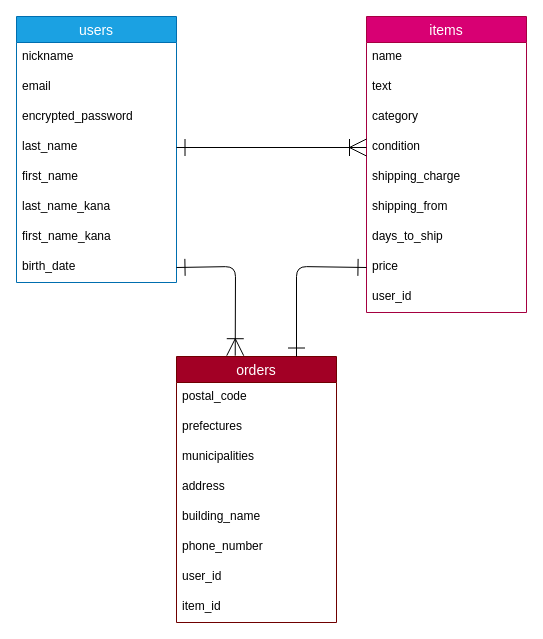
Before: furima.dio in foagura/furima-40405, a draw.io diagram. Source tidied: cells renumbered, new cells numbered last; positions are measured from the earlier drawing's top-left corner, leaving out a move shared by most shapes. Both pictures are drawn from the tidied source at 100%, with x=0, y=0 at pixel (16, 16).
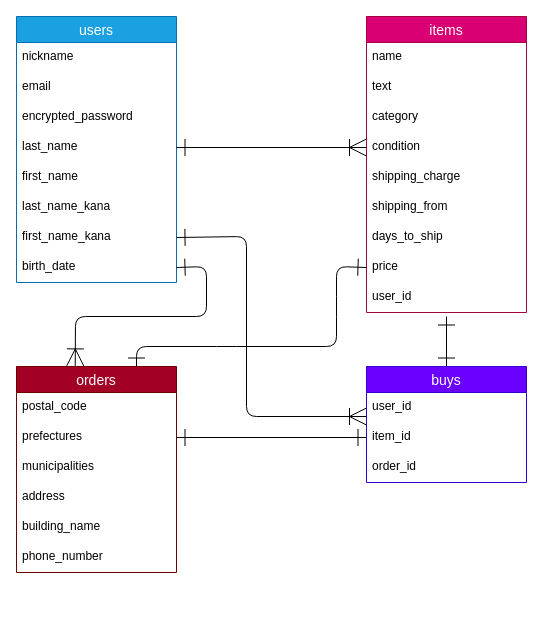
The same page after the edit.

Commit message (it also covers changes not shown here):
データベース設計の修正

The change refers to these unchanged cells:
```xml
<mxCell id="4" value="prefectures" style="text;strokeColor=none;fillColor=none;spacingLeft=4;spacingRight=4;overflow=hidden;points=[[0,0.5],[1,0.5]];portConstraint=eastwest;fontSize=12;" parent="2" vertex="1">
  <mxGeometry y="56" width="160" height="30" as="geometry" />
</mxCell>
<mxCell id="19" value="price" style="text;strokeColor=none;fillColor=none;spacingLeft=4;spacingRight=4;overflow=hidden;points=[[0,0.5],[1,0.5]];portConstraint=eastwest;fontSize=12;" parent="11" vertex="1">
  <mxGeometry y="236" width="160" height="30" as="geometry" />
</mxCell>
<mxCell id="28" value="first_name_kana" style="text;strokeColor=none;fillColor=none;spacingLeft=4;spacingRight=4;overflow=hidden;points=[[0,0.5],[1,0.5]];portConstraint=eastwest;fontSize=12;" parent="21" vertex="1">
  <mxGeometry y="206" width="160" height="30" as="geometry" />
</mxCell>
<mxCell id="29" value="birth_date" style="text;strokeColor=none;fillColor=none;spacingLeft=4;spacingRight=4;overflow=hidden;points=[[0,0.5],[1,0.5]];portConstraint=eastwest;fontSize=12;" parent="21" vertex="1">
  <mxGeometry y="236" width="160" height="30" as="geometry" />
</mxCell>
```

Diff of the diagram source:
```diff
@@
     <mxCell id="2" value="orders" style="swimlane;fontStyle=0;horizontal=1;startSize=26;align=center;fontSize=14;fillColor=#a20025;fontColor=#ffffff;strokeColor=#6F0000;" parent="1" vertex="1">
-      <mxGeometry x="160" y="340" width="160" height="266" as="geometry" />
+      <mxGeometry y="350" width="160" height="206" as="geometry" />
     </mxCell>
@@
-    <mxCell id="9" value="user_id" style="text;strokeColor=none;fillColor=none;spacingLeft=4;spacingRight=4;overflow=hidden;fontSize=12;" parent="2" vertex="1">
-      <mxGeometry y="206" width="160" height="30" as="geometry" />
-    </mxCell>
-    <mxCell id="10" value="item_id" style="text;strokeColor=none;fillColor=none;spacingLeft=4;spacingRight=4;overflow=hidden;points=[[0,0.5],[1,0.5]];portConstraint=eastwest;fontSize=12;" parent="2" vertex="1">
-      <mxGeometry y="236" width="160" height="30" as="geometry" />
-    </mxCell>
@@
     <mxCell id="31" style="edgeStyle=none;html=1;exitX=1;exitY=0.5;exitDx=0;exitDy=0;entryX=0.367;entryY=-0.003;entryDx=0;entryDy=0;entryPerimeter=0;startArrow=ERone;startFill=0;endArrow=ERoneToMany;endFill=0;startSize=15;endSize=15;targetPerimeterSpacing=0;" parent="1" edge="1" source="29" target="2">
       <mxGeometry relative="1" as="geometry">
         <Array as="points">
-          <mxPoint x="219" y="250" />
+          <mxPoint x="190" y="250" />
+          <mxPoint x="190" y="300" />
+          <mxPoint x="59" y="300" />
         </Array>
       </mxGeometry>
     </mxCell>
     <mxCell id="32" style="edgeStyle=none;html=1;exitX=0;exitY=0.5;exitDx=0;exitDy=0;entryX=0.75;entryY=0;entryDx=0;entryDy=0;startArrow=ERone;startFill=0;endArrow=ERone;endFill=0;startSize=15;endSize=15;targetPerimeterSpacing=0;" parent="1" edge="1" source="19" target="2">
       <mxGeometry relative="1" as="geometry">
         <Array as="points">
-          <mxPoint x="280" y="250" />
+          <mxPoint x="320" y="250" />
+          <mxPoint x="320" y="290" />
+          <mxPoint x="320" y="330" />
+          <mxPoint x="210" y="330" />
+          <mxPoint x="120" y="330" />
         </Array>
       </mxGeometry>
     </mxCell>
+    <mxCell id="33" style="edgeStyle=none;html=1;exitX=0.5;exitY=0;exitDx=0;exitDy=0;startArrow=ERone;startFill=0;endArrow=ERone;endFill=0;startSize=15;endSize=15;" parent="1" edge="1" source="34">
+      <mxGeometry relative="1" as="geometry">
+        <mxPoint x="430" y="300" as="targetPoint" />
+      </mxGeometry>
+    </mxCell>
+    <mxCell id="34" value="buys" style="swimlane;fontStyle=0;horizontal=1;startSize=26;align=center;fontSize=14;fillColor=#6a00ff;fontColor=#ffffff;strokeColor=#3700CC;" parent="1" vertex="1">
+      <mxGeometry x="350" y="350" width="160" height="116" as="geometry" />
+    </mxCell>
+    <mxCell id="9" value="user_id" style="text;strokeColor=none;fillColor=none;spacingLeft=4;spacingRight=4;overflow=hidden;fontSize=12;" parent="34" vertex="1">
+      <mxGeometry y="26" width="160" height="30" as="geometry" />
+    </mxCell>
+    <mxCell id="10" value="item_id" style="text;strokeColor=none;fillColor=none;spacingLeft=4;spacingRight=4;overflow=hidden;points=[[0,0.5],[1,0.5]];portConstraint=eastwest;fontSize=12;" parent="34" vertex="1">
+      <mxGeometry y="56" width="160" height="30" as="geometry" />
+    </mxCell>
+    <mxCell id="35" value="order_id" style="text;strokeColor=none;fillColor=none;spacingLeft=4;spacingRight=4;overflow=hidden;fontSize=12;" parent="34" vertex="1">
+      <mxGeometry y="86" width="160" height="30" as="geometry" />
+    </mxCell>
+    <mxCell id="36" style="edgeStyle=none;html=1;exitX=1;exitY=0.5;exitDx=0;exitDy=0;endArrow=ERoneToMany;endFill=0;startArrow=ERone;startFill=0;endSize=15;startSize=15;" parent="1" edge="1" source="28">
+      <mxGeometry relative="1" as="geometry">
+        <mxPoint x="350" y="400" as="targetPoint" />
+        <Array as="points">
+          <mxPoint x="230" y="220" />
+          <mxPoint x="230" y="400" />
+        </Array>
+      </mxGeometry>
+    </mxCell>
+    <mxCell id="37" style="edgeStyle=none;html=1;exitX=0;exitY=0.5;exitDx=0;exitDy=0;entryX=1;entryY=0.5;entryDx=0;entryDy=0;startArrow=ERone;startFill=0;endArrow=ERone;endFill=0;startSize=15;endSize=15;" parent="1" edge="1" source="10" target="4">
+      <mxGeometry relative="1" as="geometry" />
+    </mxCell>
```
